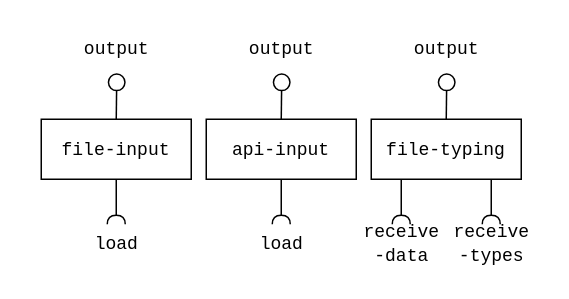
Above: modules/data/images/Data.drawio in mundorum-lab/datasci (draw.io), before the change. Source tidied: cells renumbered, new cells numbered last; positions are measured from the earlier drawing's top-left corner, leaving out a move shared by most shapes. Both pictures are drawn from the tidied source at 150%, with x=0, y=0 at pixel (26, 26).
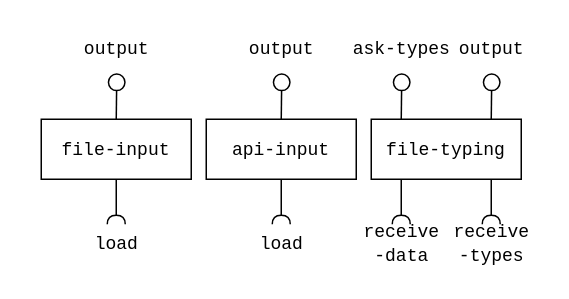
The same diagram, later.

Unchanged cells that the change refers to:
```xml
<mxCell id="14" value="&lt;div&gt;&lt;font face=&quot;Courier New&quot;&gt;file-typing&lt;/font&gt;&lt;/div&gt;" style="rounded=0;whiteSpace=wrap;html=1;" parent="1" vertex="1">
  <mxGeometry x="230" y="62" width="100" height="40" as="geometry" />
</mxCell>
```

What changed in the source:
```diff
@@
-    <mxCell id="13" style="edgeStyle=orthogonalEdgeStyle;rounded=0;jettySize=auto;html=1;exitX=0.5;exitY=0;exitDx=0;exitDy=0;entryX=0.506;entryY=1.181;entryDx=0;entryDy=0;entryPerimeter=0;endArrow=oval;endFill=0;endSize=11;" parent="1" edge="1" source="14">
+    <mxCell id="13" style="edgeStyle=orthogonalEdgeStyle;rounded=0;orthogonalLoop=1;jettySize=auto;html=1;exitX=0.5;exitY=0;exitDx=0;exitDy=0;entryX=0.506;entryY=1.181;entryDx=0;entryDy=0;entryPerimeter=0;endArrow=oval;endFill=0;endSize=11;" parent="1" edge="1">
       <mxGeometry relative="1" as="geometry">
-        <mxPoint x="280.3" y="37.4" as="targetPoint" />
+        <mxPoint x="310" y="62" as="sourcePoint" />
+        <mxPoint x="310.3" y="37.4" as="targetPoint" />
       </mxGeometry>
     </mxCell>
@@
     <mxCell id="16" value="&lt;font face=&quot;Courier New&quot;&gt;output&lt;/font&gt;" style="text;html=1;align=center;verticalAlign=middle;strokeColor=none;fillColor=none;" parent="1" vertex="1">
-      <mxGeometry x="245" width="70" height="30" as="geometry" />
+      <mxGeometry x="275" width="70" height="30" as="geometry" />
     </mxCell>
@@
+    <mxCell id="20" style="edgeStyle=orthogonalEdgeStyle;rounded=0;orthogonalLoop=1;jettySize=auto;html=1;exitX=0.5;exitY=0;exitDx=0;exitDy=0;entryX=0.506;entryY=1.181;entryDx=0;entryDy=0;entryPerimeter=0;endArrow=oval;endFill=0;endSize=11;" parent="1" edge="1">
+      <mxGeometry relative="1" as="geometry">
+        <mxPoint x="250" y="62" as="sourcePoint" />
+        <mxPoint x="250.3" y="37.4" as="targetPoint" />
+      </mxGeometry>
+    </mxCell>
+    <mxCell id="21" value="&lt;font face=&quot;Courier New&quot;&gt;ask-types&lt;/font&gt;" style="text;html=1;align=center;verticalAlign=middle;strokeColor=none;fillColor=none;" parent="1" vertex="1">
+      <mxGeometry x="205" width="90" height="30" as="geometry" />
+    </mxCell>
```
